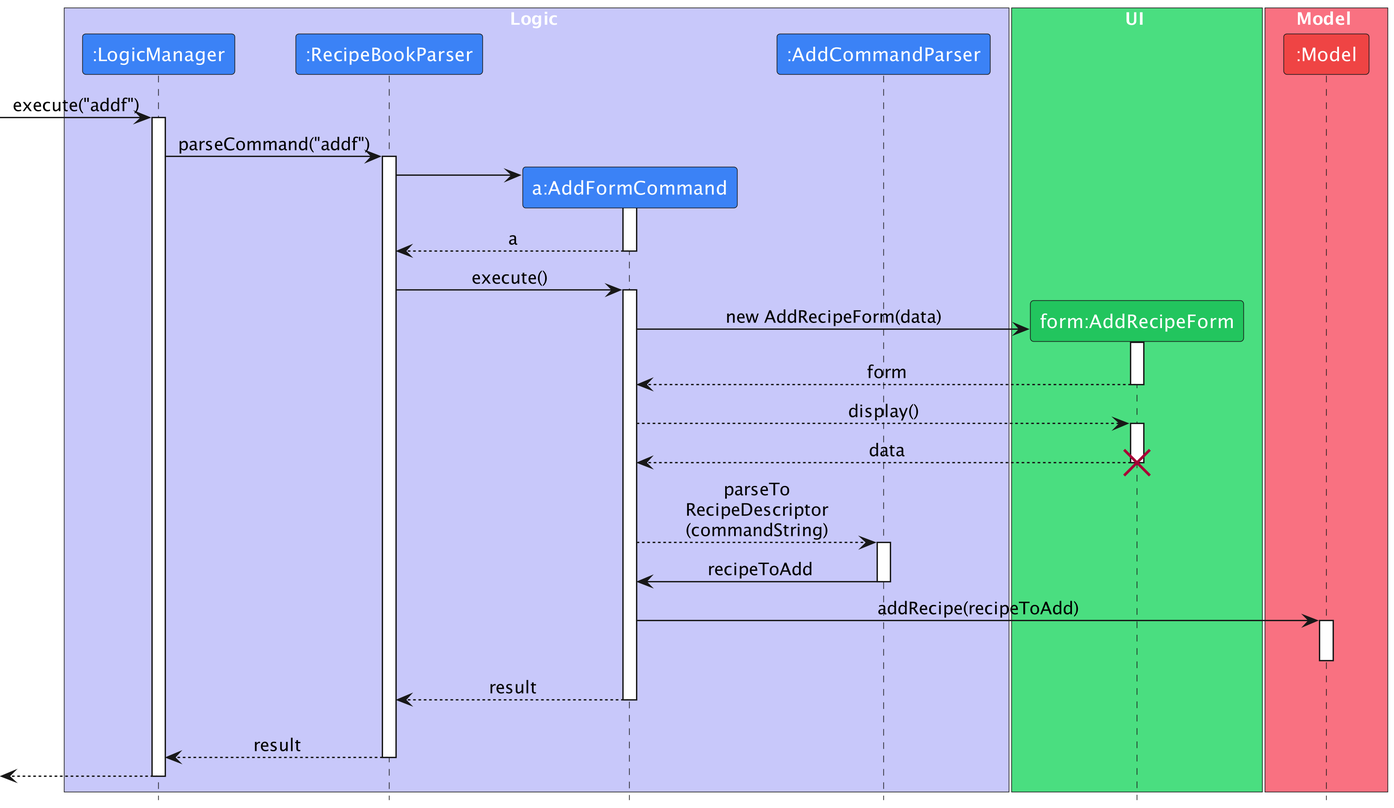
Above: docs/images/AddFormSequenceDiagram.png in nus-cs2103-AY2223S2/tp (PlantUML), before the change. The source it was exported from:
```plantuml
@startuml
!include style.puml

box Logic LOGIC_COLOR_T1
participant ":LogicManager" as LogicManager LOGIC_COLOR
participant ":RecipeBookParser" as RecipeBookParser LOGIC_COLOR
participant "a:AddFormCommand" as AddFormCommand LOGIC_COLOR
participant ":AddCommandParser" as AddCommandParser LOGIC_COLOR
end box

box UI UI_COLOR_T1
participant "form:AddRecipeForm" as AddRecipeForm UI_COLOR
end box

box Model MODEL_COLOR_T1
participant ":Model" as Model MODEL_COLOR
end box

[-> LogicManager : execute("addf")
activate LogicManager

LogicManager -> RecipeBookParser : parseCommand("addf")
activate RecipeBookParser

create AddFormCommand
RecipeBookParser -> AddFormCommand
activate AddFormCommand

AddFormCommand --> RecipeBookParser : a
deactivate AddFormCommand

RecipeBookParser -> AddFormCommand : execute()
activate AddFormCommand

create AddRecipeForm
AddFormCommand -> AddRecipeForm : new AddRecipeForm(data)
activate AddRecipeForm

AddRecipeForm --> AddFormCommand : form
deactivate AddRecipeForm

AddFormCommand --> AddRecipeForm : display()
activate AddRecipeForm

AddRecipeForm --> AddFormCommand : data
deactivate AddRecipeForm
destroy AddRecipeForm

AddFormCommand --> AddCommandParser : parseTo\nRecipeDescriptor\n(commandString)
activate AddCommandParser

AddCommandParser -> AddFormCommand : recipeToAdd
deactivate AddCommandParser

AddFormCommand -> Model : addRecipe(recipeToAdd)
activate Model
deactivate Model

AddFormCommand --> RecipeBookParser : result
deactivate AddFormCommand

AddFormCommand -[hidden]-> RecipeBookParser

RecipeBookParser --> LogicManager : result
deactivate RecipeBookParser


[<--LogicManager
deactivate LogicManager
@enduml
```
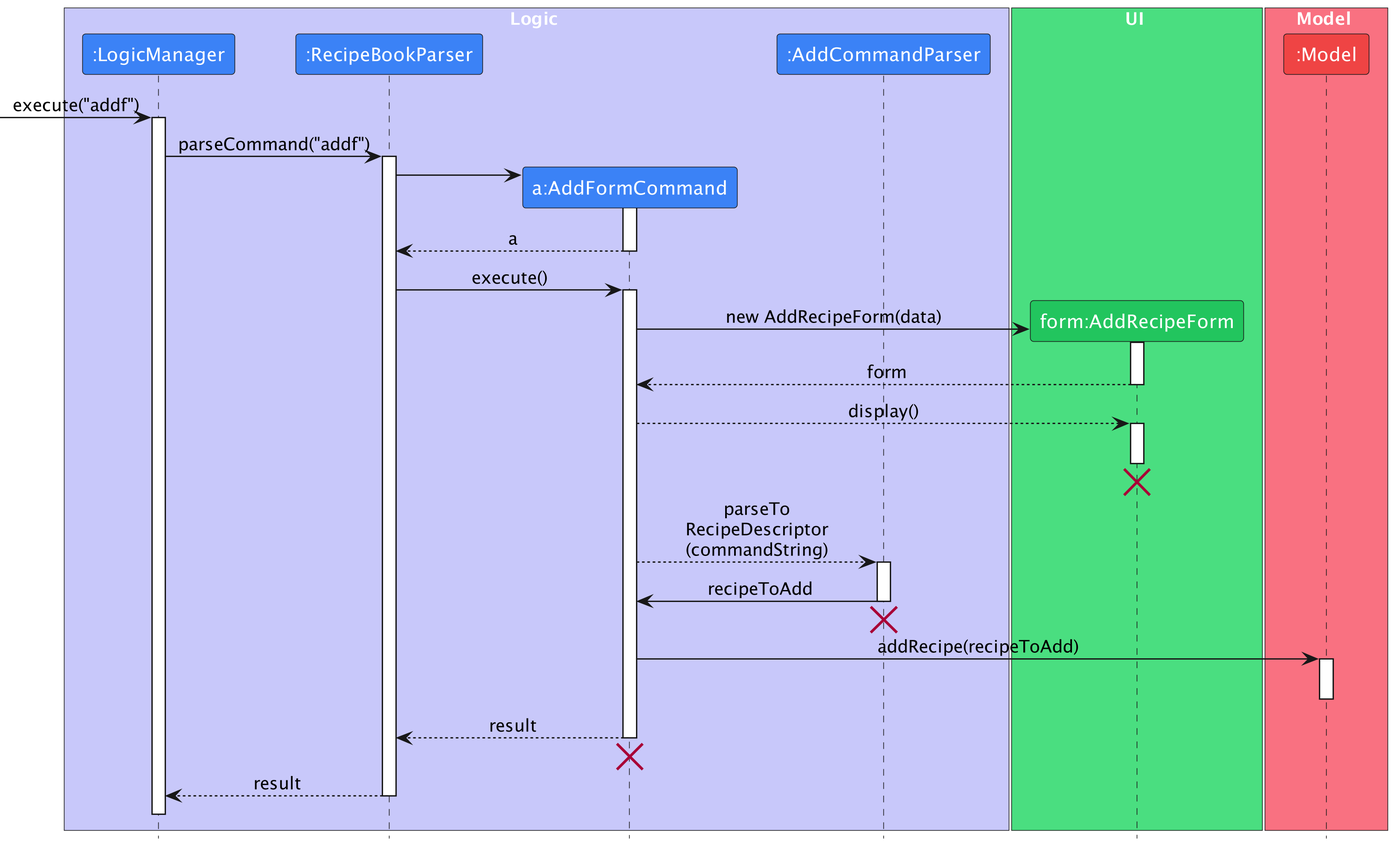
The same diagram one commit later.

Commit message:
Add updated sequence diagrams

Diff of the diagram source:
```diff
@@ -41,9 +41,9 @@
 
 AddFormCommand --> AddRecipeForm : display()
 activate AddRecipeForm
+deactivate AddRecipeForm
 
-AddRecipeForm --> AddFormCommand : data
-deactivate AddRecipeForm
+AddRecipeForm -[hidden]->
 destroy AddRecipeForm
 
 AddFormCommand --> AddCommandParser : parseTo\nRecipeDescriptor\n(commandString)
@@ -51,6 +51,8 @@
 
 AddCommandParser -> AddFormCommand : recipeToAdd
 deactivate AddCommandParser
+AddCommandParser -[hidden]->
+destroy AddCommandParser
 
 AddFormCommand -> Model : addRecipe(recipeToAdd)
 activate Model
@@ -59,12 +61,12 @@
 AddFormCommand --> RecipeBookParser : result
 deactivate AddFormCommand
 
-AddFormCommand -[hidden]-> RecipeBookParser
+AddFormCommand -[hidden]->
+destroy AddFormCommand
 
 RecipeBookParser --> LogicManager : result
 deactivate RecipeBookParser
 
-
-[<--LogicManager
+[<-[hidden]-LogicManager
 deactivate LogicManager
 @enduml
```
